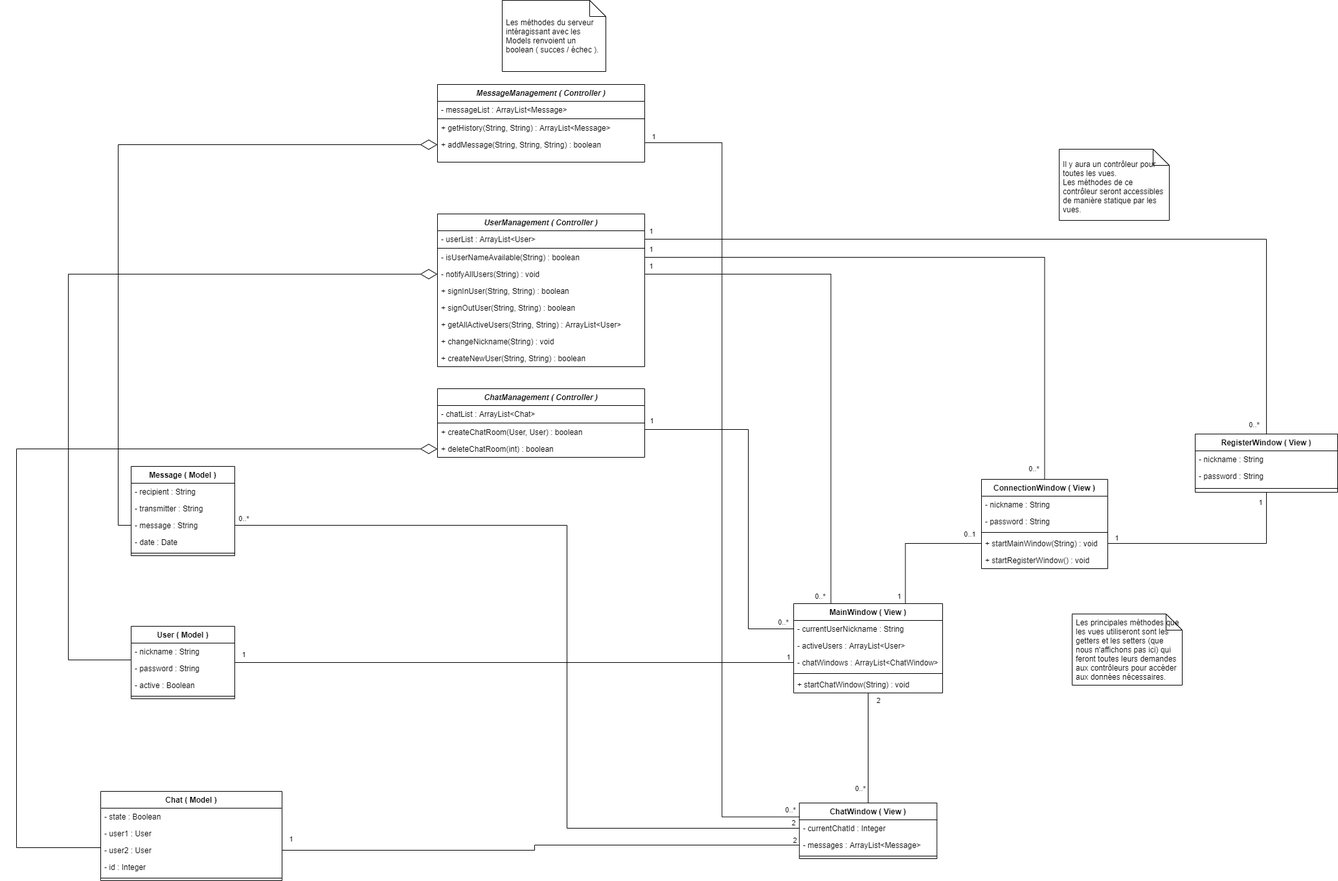
The draw.io diagram Diagrammes/ClassDiagram.png in JulienRZ-Dev/chat_project, before a commit. Source tidied: cells renumbered, new cells last; positions are measured from the earlier drawing's top-left corner, leaving out a move shared by most shapes.
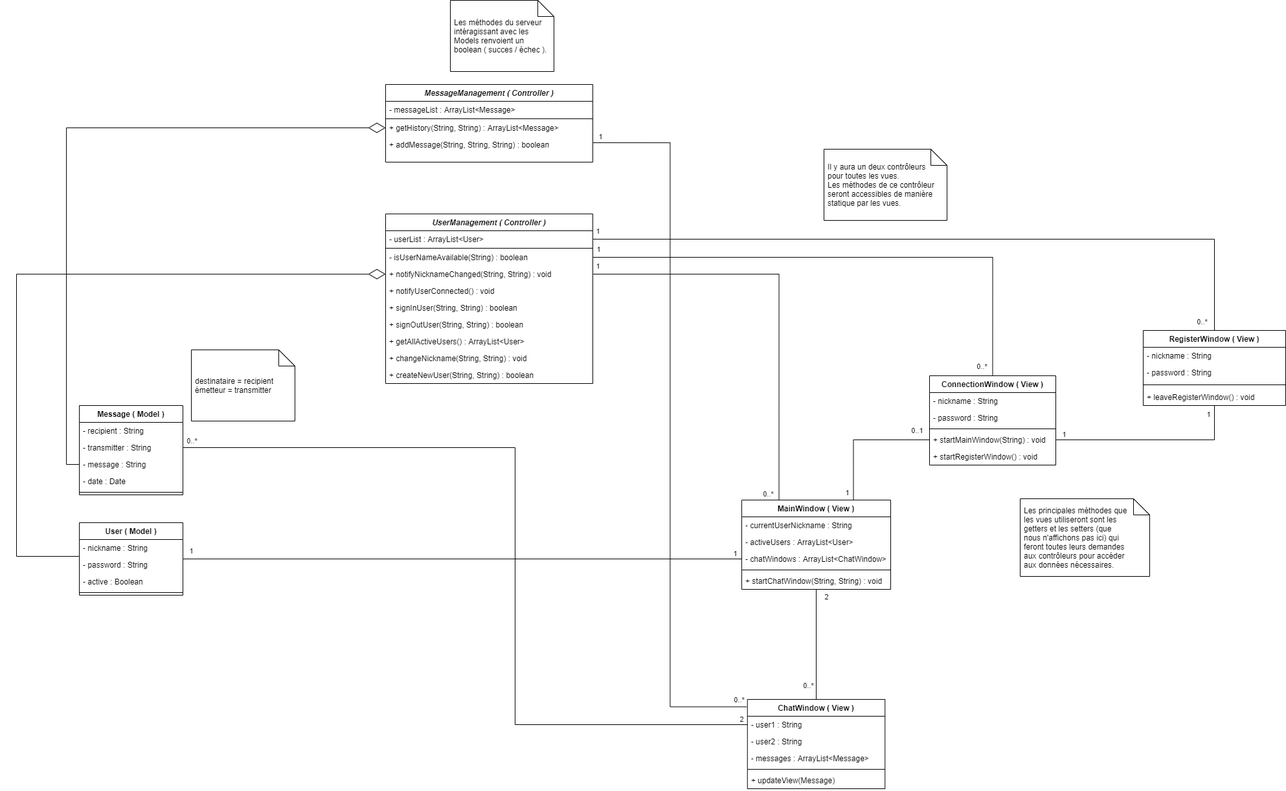
Above is the later version.

Commit message:
Ajout des derniers diagrammes + modification du diagramme de classes

Diff of the diagram source:
```diff
@@ -5,13 +5,19 @@
     <mxCell id="2" value="ChatWindow ( View )" style="swimlane;fontStyle=1;align=center;verticalAlign=top;horizontal=1;startSize=26;" parent="1" vertex="1">
-      <mxGeometry x="1208.8" y="1240" width="212.5" height="86" as="geometry" />
+      <mxGeometry x="1208.8" y="1240" width="212.5" height="138" as="geometry" />
     </mxCell>
-    <mxCell id="3" value="- currentChatId : Integer" style="text;strokeColor=none;fillColor=none;align=left;verticalAlign=top;spacingLeft=4;spacingRight=4;overflow=hidden;points=[[0,0.5],[1,0.5]];portConstraint=eastwest;" parent="2" vertex="1">
-      <mxGeometry y="26" width="212.5" height="26" as="geometry" />
-    </mxCell>
+    <mxCell id="101" value="- user1 : String" style="text;strokeColor=none;fillColor=none;align=left;verticalAlign=top;spacingLeft=4;spacingRight=4;overflow=hidden;" parent="2" vertex="1">
+      <mxGeometry y="26" width="212.5" height="26" as="geometry" />
+    </mxCell>
+    <mxCell id="102" value="- user2 : String" style="text;strokeColor=none;fillColor=none;align=left;verticalAlign=top;spacingLeft=4;spacingRight=4;overflow=hidden;" parent="2" vertex="1">
+      <mxGeometry y="52" width="212.5" height="26" as="geometry" />
+    </mxCell>
     <mxCell id="4" value="- messages : ArrayList&lt;Message&gt;" style="text;strokeColor=none;fillColor=none;align=left;verticalAlign=top;spacingLeft=4;spacingRight=4;overflow=hidden;points=[[0,0.5],[1,0.5]];portConstraint=eastwest;" parent="2" vertex="1">
-      <mxGeometry y="52" width="212.5" height="26" as="geometry" />
+      <mxGeometry y="78" width="212.5" height="26" as="geometry" />
     </mxCell>
     <mxCell id="5" style="line;strokeWidth=1;fillColor=none;align=left;verticalAlign=middle;spacingTop=-1;spacingLeft=3;spacingRight=3;labelPosition=right;" parent="2" vertex="1">
-      <mxGeometry y="78" width="212.5" height="8" as="geometry" />
+      <mxGeometry y="104" width="212.5" height="8" as="geometry" />
     </mxCell>
+    <mxCell id="103" value="+ updateView(Message)" style="text;strokeColor=none;fillColor=none;align=left;verticalAlign=top;spacingLeft=4;spacingRight=4;overflow=hidden;" parent="2" vertex="1">
+      <mxGeometry y="112" width="212.5" height="26" as="geometry" />
+    </mxCell>
     <mxCell id="6" value="User ( Model )" style="swimlane;fontStyle=1;align=center;verticalAlign=top;horizontal=1;startSize=26;" parent="1" vertex="1">
@@ -32,3 +38,3 @@
     <mxCell id="11" value="Message ( Model )" style="swimlane;fontStyle=1;align=center;verticalAlign=top;horizontal=1;startSize=26;" parent="1" vertex="1">
-      <mxGeometry x="177" y="720" width="160" height="138" as="geometry" />
+      <mxGeometry x="177" y="786" width="160" height="138" as="geometry" />
     </mxCell>
@@ -81,3 +87,3 @@
     <mxCell id="26" value="RegisterWindow ( View )" style="swimlane;fontStyle=1;align=center;verticalAlign=top;horizontal=1;startSize=26;" parent="1" vertex="1">
-      <mxGeometry x="1820" y="670" width="220" height="90" as="geometry" />
+      <mxGeometry x="1820" y="670" width="220" height="116" as="geometry" />
     </mxCell>
@@ -92,4 +98,7 @@
     </mxCell>
+    <mxCell id="104" value="+ leaveRegisterWindow() : void" style="text;strokeColor=none;fillColor=none;align=left;verticalAlign=top;spacingLeft=4;spacingRight=4;overflow=hidden;" parent="26" vertex="1">
+      <mxGeometry y="90" width="220" height="26" as="geometry" />
+    </mxCell>
     <mxCell id="30" style="shape=note2;size=25;html=1;" parent="1" vertex="1">
-      <mxGeometry x="750" width="160" height="110" as="geometry" />
+      <mxGeometry x="750" y="160" width="160" height="110" as="geometry" />
     </mxCell>
@@ -154,3 +163,3 @@
     </mxCell>
-    <mxCell id="44" style="edgeStyle=orthogonalEdgeStyle;rounded=0;jettySize=auto;html=1;endArrow=none;endFill=0;entryX=1;entryY=0.75;entryDx=0;entryDy=0;exitX=0;exitY=0.25;exitDx=0;exitDy=0;" parent="1" edge="1" source="2" target="56">
+    <mxCell id="44" style="edgeStyle=orthogonalEdgeStyle;rounded=0;jettySize=auto;html=1;endArrow=none;endFill=0;entryX=1;entryY=0.75;entryDx=0;entryDy=0;exitX=-0.005;exitY=0.083;exitDx=0;exitDy=0;exitPerimeter=0;" parent="1" edge="1" source="2" target="56">
       <mxGeometry relative="1" as="geometry" />
@@ -195,3 +204,3 @@
     </mxCell>
-    <mxCell id="55" value="+ startChatWindow(String) : void" style="text;strokeColor=none;fillColor=none;align=left;verticalAlign=top;spacingLeft=4;spacingRight=4;overflow=hidden;" parent="50" vertex="1">
+    <mxCell id="55" value="+ startChatWindow(String, String) : void" style="text;strokeColor=none;fillColor=none;align=left;verticalAlign=top;spacingLeft=4;spacingRight=4;overflow=hidden;" parent="50" vertex="1">
       <mxGeometry y="112" width="230" height="26" as="geometry" />
@@ -199,3 +208,3 @@
     <mxCell id="56" value="MessageManagement ( Controller )" style="swimlane;fontStyle=3;align=center;verticalAlign=top;horizontal=1;startSize=26;rounded=0;shadow=0;strokeWidth=1;" parent="1" vertex="1">
-      <mxGeometry x="650" y="130" width="320" height="120" as="geometry" />
+      <mxGeometry x="650" y="290" width="320" height="120" as="geometry" />
     </mxCell>
@@ -214,3 +223,3 @@
     <mxCell id="61" value="UserManagement ( Controller )" style="swimlane;fontStyle=3;align=center;verticalAlign=top;horizontal=1;startSize=26;rounded=0;shadow=0;strokeWidth=1;" parent="1" vertex="1">
-      <mxGeometry x="650" y="330" width="320" height="236" as="geometry" />
+      <mxGeometry x="650" y="490" width="320" height="262" as="geometry" />
     </mxCell>
@@ -225,58 +234,29 @@
     </mxCell>
-    <mxCell id="65" value="- notifyAllUsers(String) : void" style="text;align=left;verticalAlign=top;spacingLeft=4;spacingRight=4;overflow=hidden;points=[[0,0.5],[1,0.5]];portConstraint=eastwest;" parent="61" vertex="1">
+    <mxCell id="65" value="+ notifyNicknameChanged(String, String) : void" style="text;align=left;verticalAlign=top;spacingLeft=4;spacingRight=4;overflow=hidden;points=[[0,0.5],[1,0.5]];portConstraint=eastwest;" parent="61" vertex="1">
       <mxGeometry y="80" width="320" height="26" as="geometry" />
     </mxCell>
+    <mxCell id="105" value="+ notifyUserConnected() : void" style="text;strokeColor=none;fillColor=none;align=left;verticalAlign=top;spacingLeft=4;spacingRight=4;overflow=hidden;" parent="61" vertex="1">
+      <mxGeometry y="106" width="320" height="26" as="geometry" />
+    </mxCell>
     <mxCell id="66" value="+ signInUser(String, String) : boolean" style="text;align=left;verticalAlign=top;spacingLeft=4;spacingRight=4;overflow=hidden;" parent="61" vertex="1">
-      <mxGeometry y="106" width="320" height="26" as="geometry" />
+      <mxGeometry y="132" width="320" height="26" as="geometry" />
     </mxCell>
     <mxCell id="67" value="+ signOutUser(String, String) : boolean" style="text;align=left;verticalAlign=top;spacingLeft=4;spacingRight=4;overflow=hidden;" parent="61" vertex="1">
-      <mxGeometry y="132" width="320" height="26" as="geometry" />
+      <mxGeometry y="158" width="320" height="26" as="geometry" />
     </mxCell>
-    <mxCell id="68" value="+ getAllActiveUsers(String, String) : ArrayList&lt;User&gt;" style="text;align=left;verticalAlign=top;spacingLeft=4;spacingRight=4;overflow=hidden;" parent="61" vertex="1">
-      <mxGeometry y="158" width="320" height="26" as="geometry" />
+    <mxCell id="68" value="+ getAllActiveUsers() : ArrayList&lt;User&gt;" style="text;align=left;verticalAlign=top;spacingLeft=4;spacingRight=4;overflow=hidden;" parent="61" vertex="1">
+      <mxGeometry y="184" width="320" height="26" as="geometry" />
     </mxCell>
-    <mxCell id="69" value="+ changeNickname(String) : void" style="text;strokeColor=none;fillColor=none;align=left;verticalAlign=top;spacingLeft=4;spacingRight=4;overflow=hidden;" parent="61" vertex="1">
-      <mxGeometry y="184" width="320" height="26" as="geometry" />
+    <mxCell id="69" value="+ changeNickname(String, String) : void" style="text;strokeColor=none;fillColor=none;align=left;verticalAlign=top;spacingLeft=4;spacingRight=4;overflow=hidden;" parent="61" vertex="1">
+      <mxGeometry y="210" width="320" height="26" as="geometry" />
     </mxCell>
     <mxCell id="70" value="+ createNewUser(String, String) : boolean" style="text;align=left;verticalAlign=top;spacingLeft=4;spacingRight=4;overflow=hidden;" parent="61" vertex="1">
-      <mxGeometry y="210" width="320" height="26" as="geometry" />
+      <mxGeometry y="236" width="320" height="26" as="geometry" />
     </mxCell>
-    <mxCell id="71" value="Chat ( Model )" style="swimlane;fontStyle=1;align=center;verticalAlign=top;horizontal=1;startSize=26;" parent="1" vertex="1">
-      <mxGeometry x="130" y="1222" width="280" height="138" as="geometry" />
-    </mxCell>
-    <mxCell id="72" value="- state : Boolean" style="text;strokeColor=none;fillColor=none;align=left;verticalAlign=top;spacingLeft=4;spacingRight=4;overflow=hidden;" parent="71" vertex="1">
-      <mxGeometry y="26" width="280" height="26" as="geometry" />
-    </mxCell>
-    <mxCell id="73" value="- user1 : User" style="text;strokeColor=none;fillColor=none;align=left;verticalAlign=top;spacingLeft=4;spacingRight=4;overflow=hidden;" parent="71" vertex="1">
-      <mxGeometry y="52" width="280" height="26" as="geometry" />
-    </mxCell>
-    <mxCell id="74" value="- user2 : User" style="text;strokeColor=none;fillColor=none;align=left;verticalAlign=top;spacingLeft=4;spacingRight=4;overflow=hidden;points=[[0,0.5],[1,0.5]];portConstraint=eastwest;" parent="71" vertex="1">
-      <mxGeometry y="78" width="280" height="26" as="geometry" />
-    </mxCell>
-    <mxCell id="75" value="- id : Integer" style="text;strokeColor=none;fillColor=none;align=left;verticalAlign=top;spacingLeft=4;spacingRight=4;overflow=hidden;" parent="71" vertex="1">
-      <mxGeometry y="104" width="280" height="26" as="geometry" />
-    </mxCell>
-    <mxCell id="76" style="line;strokeWidth=1;fillColor=none;align=left;verticalAlign=middle;spacingTop=-1;spacingLeft=3;spacingRight=3;labelPosition=right;" parent="71" vertex="1">
-      <mxGeometry y="130" width="280" height="8" as="geometry" />
-    </mxCell>
-    <mxCell id="77" value="ChatManagement ( Controller )" style="swimlane;fontStyle=3;align=center;verticalAlign=top;horizontal=1;startSize=26;rounded=0;shadow=0;strokeWidth=1;" parent="1" vertex="1">
-      <mxGeometry x="650" y="600" width="320" height="106" as="geometry" />
-    </mxCell>
-    <mxCell id="78" value="- chatList : ArrayList&lt;Chat&gt;" style="text;align=left;verticalAlign=top;spacingLeft=4;spacingRight=4;overflow=hidden;" parent="77" vertex="1">
-      <mxGeometry y="26" width="320" height="26" as="geometry" />
-    </mxCell>
-    <mxCell id="79" style="line;html=1;strokeWidth=1;align=left;verticalAlign=middle;spacingTop=-1;spacingLeft=3;spacingRight=3;labelPosition=right;" parent="77" vertex="1">
-      <mxGeometry y="52" width="320" height="2" as="geometry" />
-    </mxCell>
-    <mxCell id="80" value="+ createChatRoom(User, User) : boolean" style="text;align=left;verticalAlign=top;spacingLeft=4;spacingRight=4;overflow=hidden;" parent="77" vertex="1">
-      <mxGeometry y="54" width="320" height="26" as="geometry" />
-    </mxCell>
-    <mxCell id="81" value="+ deleteChatRoom(int) : boolean" style="text;align=left;verticalAlign=top;spacingLeft=4;spacingRight=4;overflow=hidden;points=[[0,0.5],[1,0.5]];portConstraint=eastwest;" parent="77" vertex="1">
-      <mxGeometry y="80" width="320" height="26" as="geometry" />
-    </mxCell>
-    <mxCell id="82" style="edgeStyle=orthogonalEdgeStyle;rounded=0;jettySize=auto;html=1;endArrow=none;endFill=0;exitX=0;exitY=0.5;exitDx=0;exitDy=0;" parent="1" edge="1" source="3" target="14">
+    <mxCell id="82" style="edgeStyle=orthogonalEdgeStyle;rounded=0;jettySize=auto;html=1;endArrow=none;endFill=0;exitX=0;exitY=0.5;exitDx=0;exitDy=0;entryX=1;entryY=0.5;entryDx=0;entryDy=0;" parent="1" edge="1" target="13">
       <mxGeometry relative="1" as="geometry">
+        <mxPoint x="1208.8" y="1279" as="sourcePoint" />
         <Array as="points">
           <mxPoint x="850" y="1279" />
-          <mxPoint x="850" y="811" />
+          <mxPoint x="850" y="851" />
         </Array>
@@ -294,44 +274,7 @@
     </mxCell>
-    <mxCell id="85" style="edgeStyle=orthogonalEdgeStyle;rounded=0;jettySize=auto;html=1;endArrow=none;endFill=0;exitX=0;exitY=0.5;exitDx=0;exitDy=0;entryX=1;entryY=0.5;entryDx=0;entryDy=0;" parent="1" edge="1" source="4" target="74">
-      <mxGeometry relative="1" as="geometry">
-        <Array as="points">
-          <mxPoint x="800" y="1305" />
-          <mxPoint x="800" y="1313" />
-        </Array>
-      </mxGeometry>
-    </mxCell>
-    <mxCell id="86" value="2" style="edgeLabel;html=1;align=center;verticalAlign=middle;" parent="85" vertex="1">
-      <mxGeometry x="-0.97" y="2" relative="1" as="geometry">
-        <mxPoint x="3.8" y="-10" as="offset" />
-      </mxGeometry>
-    </mxCell>
-    <mxCell id="87" value="1" style="edgeLabel;html=1;align=center;verticalAlign=middle;" parent="85" vertex="1">
-      <mxGeometry x="0.96" y="-2" relative="1" as="geometry">
-        <mxPoint y="-16" as="offset" />
-      </mxGeometry>
-    </mxCell>
-    <mxCell id="88" style="edgeStyle=orthogonalEdgeStyle;rounded=0;jettySize=auto;html=1;exitX=0;exitY=0.5;exitDx=0;exitDy=0;entryX=1;entryY=0.5;entryDx=0;entryDy=0;endArrow=none;endFill=0;" parent="1" edge="1" source="51" target="81">
-      <mxGeometry relative="1" as="geometry">
-        <Array as="points">
-          <mxPoint x="1130" y="971" />
-          <mxPoint x="1130" y="663" />
-        </Array>
-      </mxGeometry>
-    </mxCell>
-    <mxCell id="89" value="1" style="edgeLabel;html=1;align=center;verticalAlign=middle;" parent="88" vertex="1">
-      <mxGeometry x="0.95" y="-1" relative="1" as="geometry">
-        <mxPoint x="11" y="-28.7" as="offset" />
-      </mxGeometry>
-    </mxCell>
-    <mxCell id="90" value="0..*" style="edgeLabel;html=1;align=center;verticalAlign=middle;" parent="88" vertex="1">
-      <mxGeometry x="-0.94" relative="1" as="geometry">
-        <mxPoint y="-11" as="offset" />
-      </mxGeometry>
-    </mxCell>
-    <mxCell id="91" style="edgeStyle=orthogonalEdgeStyle;rounded=0;jettySize=auto;html=1;exitX=0;exitY=0.5;exitDx=0;exitDy=0;entryX=0;entryY=0.5;entryDx=0;entryDy=0;endArrow=diamondThin;endFill=0;startSize=6;endSize=24;" parent="1" edge="1" source="14">
+    <mxCell id="91" style="edgeStyle=orthogonalEdgeStyle;rounded=0;jettySize=auto;html=1;exitX=0;exitY=0.5;exitDx=0;exitDy=0;entryX=0;entryY=0.5;entryDx=0;entryDy=0;endArrow=diamondThin;endFill=0;startSize=6;endSize=24;" parent="1" edge="1" source="14" target="59">
       <mxGeometry relative="1" as="geometry">
-        <mxPoint x="650" y="223" as="targetPoint" />
         <Array as="points">
-          <mxPoint x="157" y="811" />
-          <mxPoint x="157" y="223" />
+          <mxPoint x="157" y="877" />
+          <mxPoint x="157" y="357" />
         </Array>
@@ -342,4 +285,5 @@
         <Array as="points">
-          <mxPoint x="80" y="423" />
+          <mxPoint x="80" y="583" />
           <mxPoint x="80" y="1019" />
+          <mxPoint x="177" y="1019" />
         </Array>
@@ -347,10 +291,2 @@
     </mxCell>
-    <mxCell id="93" style="edgeStyle=orthogonalEdgeStyle;rounded=0;jettySize=auto;html=1;exitX=0;exitY=0.5;exitDx=0;exitDy=0;entryX=0;entryY=0.5;entryDx=0;entryDy=0;startArrow=diamondThin;startFill=0;startSize=24;endArrow=none;endFill=0;endSize=6;" parent="1" edge="1" source="81" target="74">
-      <mxGeometry relative="1" as="geometry">
-        <Array as="points">
-          <mxPoint y="693" />
-          <mxPoint y="1309" />
-        </Array>
-      </mxGeometry>
-    </mxCell>
     <mxCell id="94" style="edgeStyle=orthogonalEdgeStyle;rounded=0;jettySize=auto;html=1;exitX=1;exitY=0.5;exitDx=0;exitDy=0;entryX=0.5;entryY=0;entryDx=0;entryDy=0;startArrow=none;startFill=0;startSize=24;endArrow=none;endFill=0;endSize=6;" parent="1" edge="1" source="64" target="17">
@@ -369,13 +305,19 @@
     <mxCell id="97" style="shape=note2;size=25;html=1;" parent="1" vertex="1">
-      <mxGeometry x="1610" y="230" width="170" height="110" as="geometry" />
+      <mxGeometry x="1327" y="390" width="190" height="110" as="geometry" />
     </mxCell>
-    <mxCell id="98" value="&lt;div&gt;&lt;br&gt;&lt;/div&gt;&lt;div&gt;Il y aura un contrôleur pour&lt;br&gt;toutes les vues.&lt;br&gt;Les méthodes de ce&lt;br&gt;contrôleur seront accessibles&lt;br&gt;de manière statique par les&lt;br&gt;vues.&lt;/div&gt;&lt;div&gt;&amp;nbsp; &lt;/div&gt;" style="text;html=1;strokeColor=none;fillColor=none;align=left;verticalAlign=middle;spacingLeft=4;spacingRight=4;overflow=hidden;" parent="97" vertex="1">
-      <mxGeometry width="170" height="110" as="geometry" />
+    <mxCell id="98" value="&lt;div&gt;&lt;br&gt;&lt;/div&gt;&lt;div&gt;Il y aura un deux contrôleurs &lt;br&gt;pour toutes les vues.&lt;br&gt;Les méthodes de ce contrôleur&lt;br&gt;seront accessibles de manière &lt;br&gt;statique par les vues.&lt;/div&gt;&lt;div&gt;&amp;nbsp; &lt;/div&gt;" style="text;html=1;strokeColor=none;fillColor=none;align=left;verticalAlign=middle;spacingLeft=4;spacingRight=4;overflow=hidden;" parent="97" vertex="1">
+      <mxGeometry width="190" height="110" as="geometry" />
     </mxCell>
     <mxCell id="99" style="shape=note2;size=25;html=1;" parent="1" vertex="1">
-      <mxGeometry x="1630" y="948" width="170" height="110" as="geometry" />
+      <mxGeometry x="1630" y="930" width="200" height="120" as="geometry" />
     </mxCell>
     <mxCell id="100" value="&lt;div&gt;Les principales méthodes que&lt;br&gt;les vues utiliseront sont les&lt;br&gt;getters et les setters (que&lt;br&gt;nous n'affichons pas ici) qui&lt;br&gt;feront toutes leurs demandes&lt;br&gt;aux contrôleurs pour accéder&lt;br&gt;aux données nécessaires.&lt;/div&gt;" style="text;html=1;strokeColor=none;fillColor=none;align=left;verticalAlign=middle;spacingLeft=4;spacingRight=4;overflow=hidden;" parent="99" vertex="1">
-      <mxGeometry width="170" height="110" as="geometry" />
+      <mxGeometry width="200" height="120" as="geometry" />
     </mxCell>
+    <mxCell id="106" style="shape=note2;size=25;html=1;" parent="1" vertex="1">
+      <mxGeometry x="350" y="700" width="160" height="110" as="geometry" />
+    </mxCell>
+    <mxCell id="107" value="&lt;div&gt;destinataire = recipient&lt;br&gt;émetteur = transmitter&lt;/div&gt;" style="text;html=1;strokeColor=none;fillColor=none;align=left;verticalAlign=middle;spacingLeft=4;spacingRight=4;overflow=hidden;" parent="1" vertex="1">
+      <mxGeometry x="350" y="700" width="160" height="110" as="geometry" />
+    </mxCell>
   </root>
```
